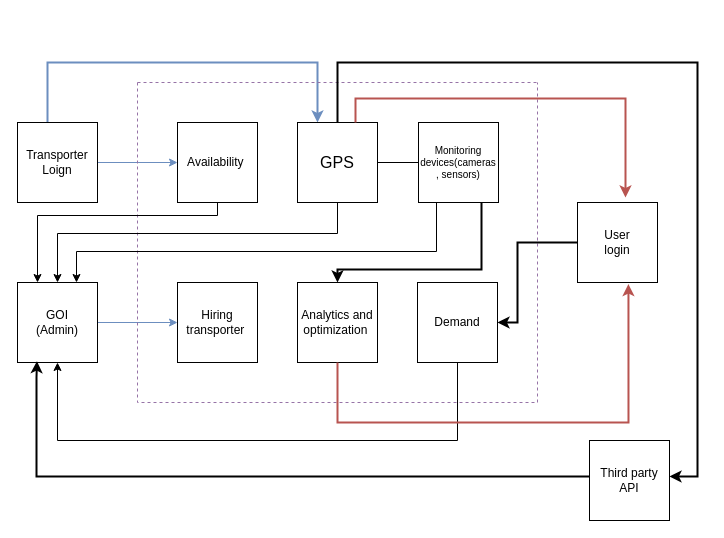
Earlier version of the draw.io diagram newDiagram.drawio (Fardaan-Mahdi/SIH). Source tidied: cells renumbered, new cells numbered last; positions are measured from the earlier drawing's top-left corner, leaving out a move shared by most shapes. Both pictures are drawn from the tidied source at 100%, with x=0, y=0 at pixel (17, 62).
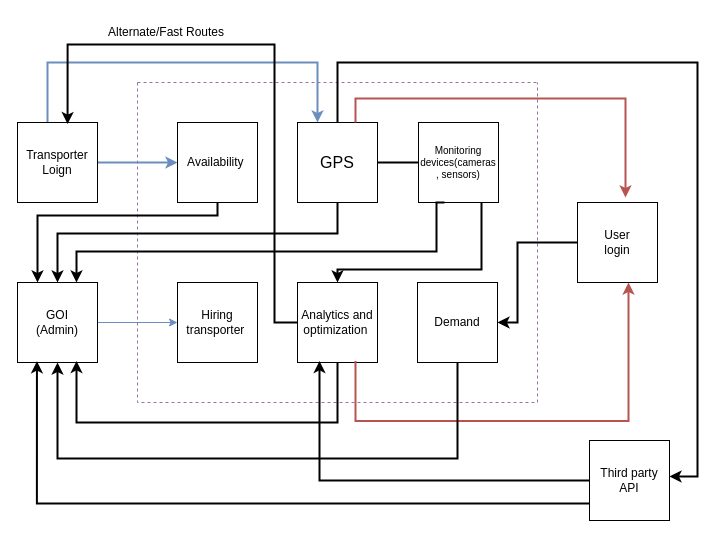
The same page after the edit.

Unchanged cells that the change refers to:
```xml
<mxCell id="4" value="Transporter&lt;br&gt;Loign" style="whiteSpace=wrap;html=1;" parent="1" vertex="1">
  <mxGeometry y="60" width="80" height="80" as="geometry" />
</mxCell>
<mxCell id="6" value="GOI&lt;br&gt;(Admin)" style="whiteSpace=wrap;html=1;" parent="1" vertex="1">
  <mxGeometry y="220" width="80" height="80" as="geometry" />
</mxCell>
<mxCell id="7" style="swimlane;startSize=0;fillColor=#e1d5e7;strokeColor=#9673a6;strokeWidth=1;dashed=1;" parent="1" vertex="1">
  <mxGeometry x="120" y="20" width="400" height="320" as="geometry" />
</mxCell>
<mxCell id="8" value="Availability&amp;nbsp;" style="whiteSpace=wrap;html=1;" parent="7" vertex="1">
  <mxGeometry x="40" y="40" width="80" height="80" as="geometry" />
</mxCell>
<mxCell id="10" value="Demand" style="whiteSpace=wrap;html=1;" parent="7" vertex="1">
  <mxGeometry x="280" y="200" width="80" height="80" as="geometry" />
</mxCell>
<mxCell id="11" value="GPS" style="whiteSpace=wrap;html=1;fontSize=16;" parent="7" vertex="1">
  <mxGeometry x="160" y="40" width="80" height="80" as="geometry" />
</mxCell>
<mxCell id="13" value="Monitoring devices(cameras , sensors)" style="whiteSpace=wrap;html=1;fontSize=10;align=center;verticalAlign=middle;" parent="7" vertex="1">
  <mxGeometry x="281" y="40" width="80" height="80" as="geometry" />
</mxCell>
<mxCell id="15" value="Analytics and optimization&amp;nbsp;" style="whiteSpace=wrap;html=1;" parent="7" vertex="1">
  <mxGeometry x="160" y="200" width="80" height="80" as="geometry" />
</mxCell>
<mxCell id="18" value="User&lt;br&gt;login" style="whiteSpace=wrap;html=1;" parent="1" vertex="1">
  <mxGeometry x="560" y="140" width="80" height="80" as="geometry" />
</mxCell>
<mxCell id="21" value="Third party API" style="whiteSpace=wrap;html=1;" parent="1" vertex="1">
  <mxGeometry x="572" y="378" width="80" height="80" as="geometry" />
</mxCell>
```

What changed in the source:
```diff
@@
-    <mxCell id="2" style="edgeStyle=orthogonalEdgeStyle;rounded=0;jettySize=auto;html=1;entryX=0;entryY=0.5;entryDx=0;entryDy=0;fillColor=#dae8fc;strokeColor=#6c8ebf;" parent="1" edge="1" source="4" target="8">
+    <mxCell id="2" style="edgeStyle=orthogonalEdgeStyle;rounded=0;jettySize=auto;html=1;entryX=0;entryY=0.5;entryDx=0;entryDy=0;fillColor=#dae8fc;strokeColor=#6c8ebf;strokeWidth=2;" parent="1" edge="1" source="4" target="8">
       <mxGeometry relative="1" as="geometry" />
     </mxCell>
@@
-    <mxCell id="14" style="endArrow=none;html=1;rounded=0;entryX=0;entryY=0.5;entryDx=0;entryDy=0;exitX=1;exitY=0.5;exitDx=0;exitDy=0;" parent="7" edge="1" source="11" target="13">
+    <mxCell id="14" style="endArrow=none;html=1;rounded=0;entryX=0;entryY=0.5;entryDx=0;entryDy=0;exitX=1;exitY=0.5;exitDx=0;exitDy=0;strokeWidth=2;" parent="7" edge="1" source="11" target="13">
       <mxGeometry relative="1" as="geometry" />
     </mxCell>
@@
-    <mxCell id="16" style="edgeStyle=orthogonalEdgeStyle;rounded=0;orthogonalLoop=1;jettySize=auto;html=1;entryX=0.75;entryY=0;entryDx=0;entryDy=0;" parent="7" edge="1">
+    <mxCell id="16" style="edgeStyle=orthogonalEdgeStyle;rounded=0;orthogonalLoop=1;jettySize=auto;html=1;entryX=0.75;entryY=0;entryDx=0;entryDy=0;strokeWidth=2;" parent="7" edge="1">
       <mxGeometry relative="1" as="geometry">
         <mxPoint x="307" y="120" as="sourcePoint" />
         <mxPoint x="-61" y="200" as="targetPoint" />
         <Array as="points">
           <mxPoint x="299" y="120" />
           <mxPoint x="299" y="169" />
           <mxPoint x="-61" y="169" />
         </Array>
       </mxGeometry>
     </mxCell>
+    <mxCell id="27" style="edgeStyle=elbowEdgeStyle;rounded=0;jettySize=auto;html=1;elbow=vertical;exitX=0.5;exitY=1;exitDx=0;exitDy=0;strokeWidth=2;" parent="7" edge="1" source="15">
+      <mxGeometry relative="1" as="geometry">
+        <mxPoint x="-61" y="278.4" as="targetPoint" />
+        <Array as="points">
+          <mxPoint x="74" y="340" />
+        </Array>
+      </mxGeometry>
+    </mxCell>
+    <mxCell id="25" style="edgeStyle=orthogonalEdgeStyle;rounded=0;orthogonalLoop=1;jettySize=auto;html=1;entryX=0.637;entryY=1.02;entryDx=0;entryDy=0;entryPerimeter=0;fillColor=#f8cecc;strokeColor=#b85450;strokeWidth=2;" parent="7" edge="1">
+      <mxGeometry relative="1" as="geometry">
+        <mxPoint x="218" y="278.4" as="sourcePoint" />
+        <mxPoint x="491" y="200" as="targetPoint" />
+        <Array as="points">
+          <mxPoint x="218" y="338.4" />
+          <mxPoint x="491" y="338.4" />
+        </Array>
+      </mxGeometry>
+    </mxCell>
@@
-    <mxCell id="19" style="edgeStyle=orthogonalEdgeStyle;rounded=0;jettySize=auto;html=1;entryX=0.5;entryY=1;entryDx=0;entryDy=0;exitX=0.5;exitY=1;exitDx=0;exitDy=0;" parent="1" edge="1" source="10" target="6">
+    <mxCell id="19" style="edgeStyle=orthogonalEdgeStyle;rounded=0;jettySize=auto;html=1;entryX=0.5;entryY=1;entryDx=0;entryDy=0;exitX=0.5;exitY=1;exitDx=0;exitDy=0;strokeWidth=2;" parent="1" edge="1" source="10" target="6">
       <mxGeometry relative="1" as="geometry">
         <Array as="points">
-          <mxPoint x="440" y="378" />
-          <mxPoint x="40" y="378" />
+          <mxPoint x="440" y="396" />
+          <mxPoint x="40" y="396" />
         </Array>
       </mxGeometry>
     </mxCell>
     <mxCell id="20" style="edgeStyle=orthogonalEdgeStyle;rounded=0;jettySize=auto;html=1;entryX=0.243;entryY=0.984;entryDx=0;entryDy=0;entryPerimeter=0;strokeWidth=2;" parent="1" edge="1" source="21" target="6">
       <mxGeometry relative="1" as="geometry">
         <Array as="points">
-          <mxPoint x="19" y="414" />
-          <mxPoint x="19" y="315" />
-          <mxPoint x="19" y="315" />
+          <mxPoint x="19" y="441" />
         </Array>
       </mxGeometry>
     </mxCell>
+    <mxCell id="28" style="edgeStyle=orthogonalEdgeStyle;rounded=0;jettySize=auto;html=1;entryX=0.275;entryY=0.981;entryDx=0;entryDy=0;entryPerimeter=0;strokeWidth=2;" parent="1" edge="1" source="21" target="15">
+      <mxGeometry relative="1" as="geometry">
+        <Array as="points">
+          <mxPoint x="302" y="418" />
+        </Array>
+      </mxGeometry>
+    </mxCell>
@@
-    <mxCell id="23" style="edgeStyle=orthogonalEdgeStyle;rounded=0;jettySize=auto;html=1;exitX=0.5;exitY=1;exitDx=0;exitDy=0;entryX=0.25;entryY=0;entryDx=0;entryDy=0;" parent="1" edge="1" source="8" target="6">
+    <mxCell id="23" style="edgeStyle=orthogonalEdgeStyle;rounded=0;jettySize=auto;html=1;exitX=0.5;exitY=1;exitDx=0;exitDy=0;entryX=0.25;entryY=0;entryDx=0;entryDy=0;strokeWidth=2;" parent="1" edge="1" source="8" target="6">
       <mxGeometry relative="1" as="geometry">
         <Array as="points">
           <mxPoint x="200" y="153" />
           <mxPoint x="20" y="153" />
         </Array>
       </mxGeometry>
     </mxCell>
-    <mxCell id="24" style="edgeStyle=orthogonalEdgeStyle;rounded=0;jettySize=auto;html=1;entryX=0.5;entryY=0;entryDx=0;entryDy=0;" parent="1" edge="1" source="11" target="6">
+    <mxCell id="24" style="edgeStyle=orthogonalEdgeStyle;rounded=0;jettySize=auto;html=1;entryX=0.5;entryY=0;entryDx=0;entryDy=0;strokeWidth=2;" parent="1" edge="1" source="11" target="6">
       <mxGeometry relative="1" as="geometry">
         <Array as="points">
           <mxPoint x="320" y="171" />
           <mxPoint x="40" y="171" />
         </Array>
       </mxGeometry>
     </mxCell>
-    <mxCell id="25" style="edgeStyle=orthogonalEdgeStyle;rounded=0;jettySize=auto;html=1;entryX=0.637;entryY=1.02;entryDx=0;entryDy=0;entryPerimeter=0;fillColor=#f8cecc;strokeColor=#b85450;strokeWidth=2;" parent="1" edge="1" source="15" target="18">
-      <mxGeometry relative="1" as="geometry">
-        <Array as="points">
-          <mxPoint x="320" y="360" />
-          <mxPoint x="611" y="360" />
-        </Array>
-      </mxGeometry>
-    </mxCell>
@@
+    <mxCell id="29" style="edgeStyle=orthogonalEdgeStyle;rounded=0;jettySize=auto;html=1;entryX=0.626;entryY=0.02;entryDx=0;entryDy=0;entryPerimeter=0;strokeWidth=2;" parent="1" edge="1" source="15" target="4">
+      <mxGeometry relative="1" as="geometry">
+        <Array as="points">
+          <mxPoint x="257" y="260" />
+          <mxPoint x="257" y="-18" />
+          <mxPoint x="50" y="-18" />
+        </Array>
+      </mxGeometry>
+    </mxCell>
+    <mxCell id="30" value="Alternate/Fast Routes" style="text;html=1;strokeColor=none;fillColor=none;align=center;verticalAlign=middle;whiteSpace=wrap;rounded=0;" parent="1" vertex="1">
+      <mxGeometry x="68" y="-45" width="162" height="30" as="geometry" />
+    </mxCell>
```
